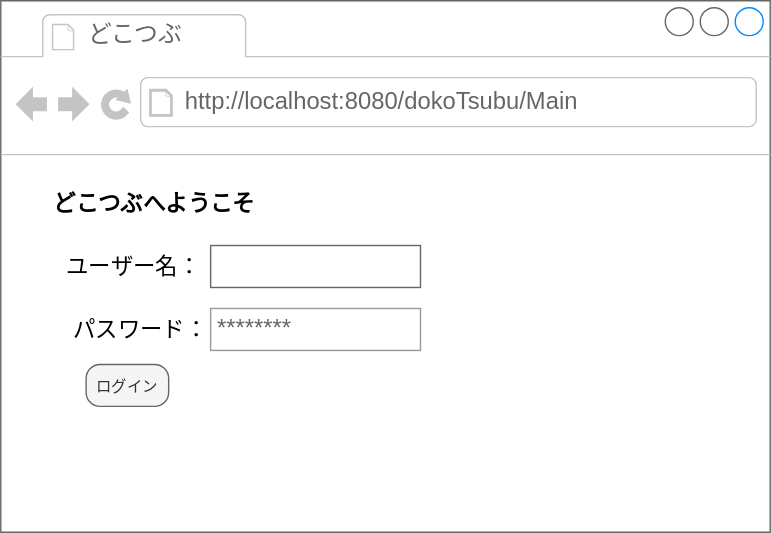
The draw.io diagram sample.drawio.svg in HarukiKato819/sampleRepo, before a commit. Source tidied: cells renumbered, new cells last; positions are measured from the earlier drawing's top-left corner, leaving out a move shared by most shapes.
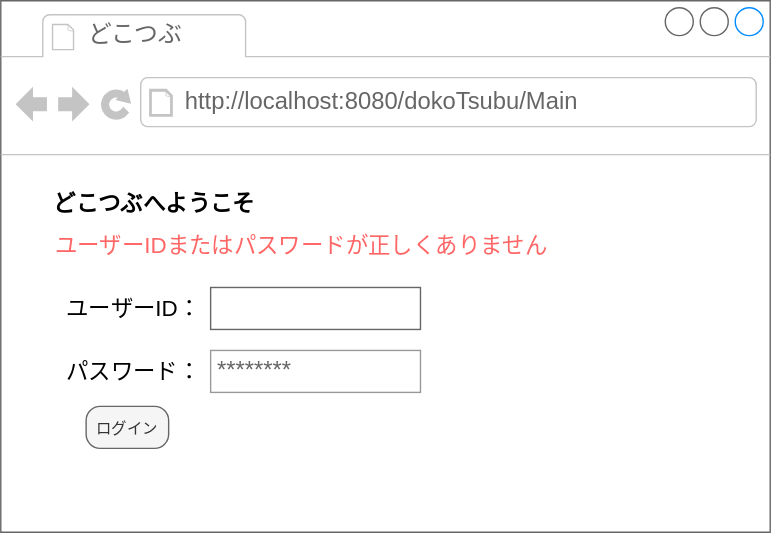
Above is the later version.

Commit message:
sample.drawio.svg を更新します

The edit, as a diff of the source:
```diff
@@ -15,19 +15,22 @@
       <mxGeometry x="20" y="130" width="180" height="30" as="geometry" />
     </mxCell>
     <mxCell id="6" value="パスワード：" style="text;strokeColor=none;fillColor=none;html=1;align=center;verticalAlign=middle;whiteSpace=wrap;rounded=0;fontSize=16;" parent="2" vertex="1">
-      <mxGeometry x="40" y="220" width="120" height="30" as="geometry" />
+      <mxGeometry x="35" y="250" width="120" height="30" as="geometry" />
     </mxCell>
-    <mxCell id="7" value="ユーザー名：" style="text;strokeColor=none;fillColor=none;html=1;align=center;verticalAlign=middle;whiteSpace=wrap;rounded=0;fontSize=16;" parent="2" vertex="1">
-      <mxGeometry x="40" y="175" width="110" height="30" as="geometry" />
+    <mxCell id="7" value="ユーザーID：" style="text;strokeColor=none;fillColor=none;html=1;align=center;verticalAlign=middle;whiteSpace=wrap;rounded=0;fontSize=16;" parent="2" vertex="1">
+      <mxGeometry x="40" y="205" width="110" height="30" as="geometry" />
     </mxCell>
     <mxCell id="8" style="strokeWidth=1;shadow=0;dashed=0;align=center;html=1;shape=mxgraph.mockup.text.textBox;fontColor=#666666;align=left;fontSize=17;spacingLeft=4;spacingTop=-3;whiteSpace=wrap;strokeColor=#666666;mainText=;" parent="2" vertex="1">
-      <mxGeometry x="150" y="175" width="150" height="30" as="geometry" />
+      <mxGeometry x="150" y="205" width="150" height="30" as="geometry" />
     </mxCell>
     <mxCell id="9" value="********" style="strokeWidth=1;shadow=0;dashed=0;align=center;html=1;shape=mxgraph.mockup.forms.pwField;strokeColor=#999999;mainText=;align=left;fontColor=#666666;fontSize=17;spacingLeft=3;" parent="2" vertex="1">
-      <mxGeometry x="150" y="220" width="150" height="30" as="geometry" />
+      <mxGeometry x="150" y="250" width="150" height="30" as="geometry" />
     </mxCell>
     <mxCell id="10" value="&lt;span style=&quot;font-weight: normal;&quot;&gt;&lt;font style=&quot;font-size: 11px;&quot;&gt;ログイン&lt;/font&gt;&lt;/span&gt;" style="strokeWidth=1;shadow=0;dashed=0;align=center;html=1;shape=mxgraph.mockup.buttons.button;mainText=;buttonStyle=round;fontSize=17;fontStyle=1;whiteSpace=wrap;fillColor=#f5f5f5;fontColor=#333333;strokeColor=#666666;" parent="2" vertex="1">
-      <mxGeometry x="61" y="260" width="59" height="30" as="geometry" />
+      <mxGeometry x="61" y="290" width="59" height="30" as="geometry" />
     </mxCell>
+    <mxCell id="11" value="ユーザーIDまたはパスワードが正しくありません" style="text;strokeColor=none;fillColor=none;html=1;align=center;verticalAlign=middle;whiteSpace=wrap;rounded=0;fontSize=16;fontColor=#FF6666;" parent="1" vertex="1">
+      <mxGeometry x="30" y="160" width="370" height="30" as="geometry" />
+    </mxCell>
   </root>
 </mxGraphModel>
```
